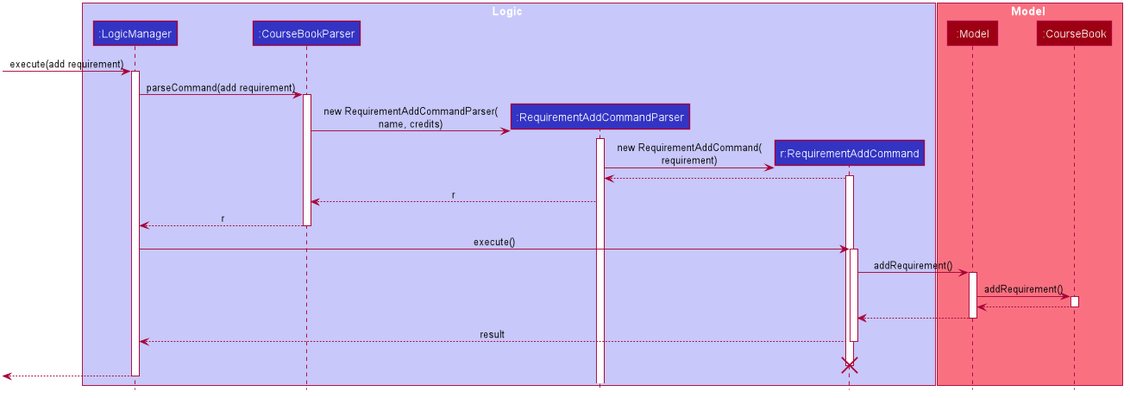
Before: docs/images/developer-guide/RequirementAddSequenceDiagram.png, a diagram exported from PlantUML (yjskrs/main).
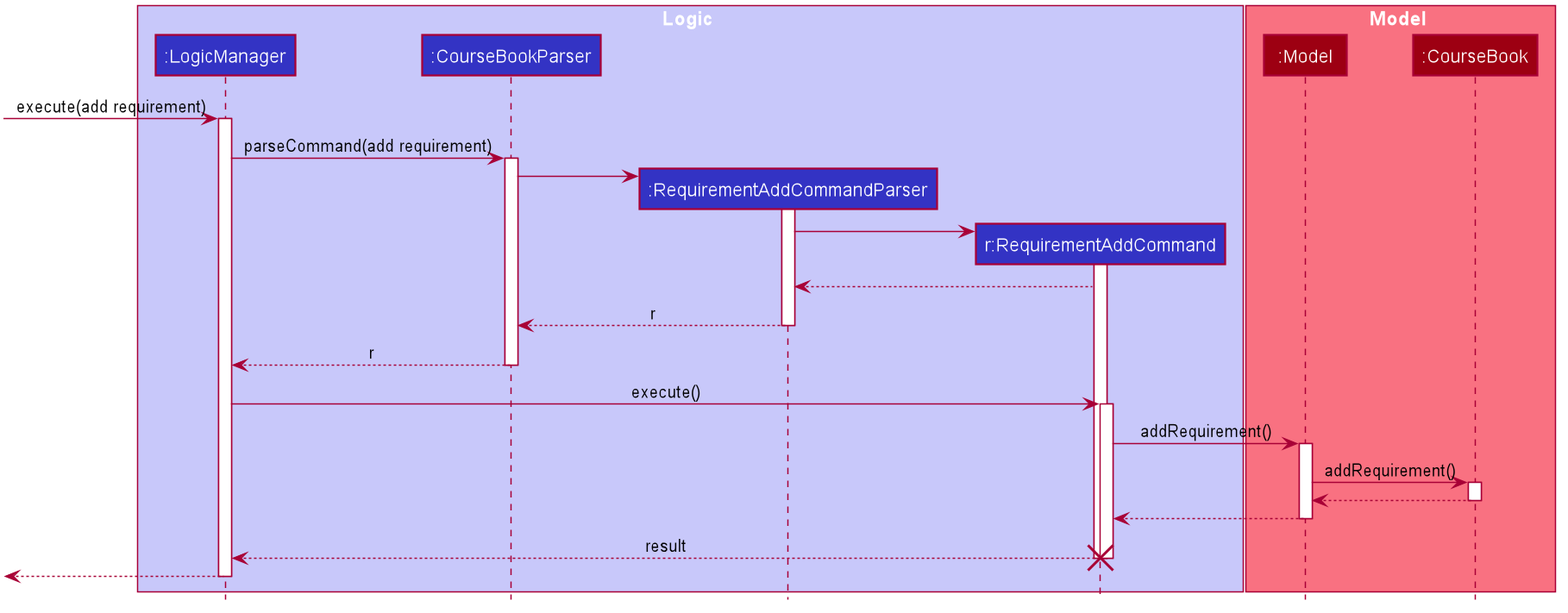
After the commit.

The edit, as a diff of the source:
```diff
@@ -1,4 +1,5 @@
 @startuml
+
 
 
 
@@ -68,15 +69,16 @@
 activate CourseBookParser
 
 create RequirementAddCommandParser
-CourseBookParser -> RequirementAddCommandParser : new RequirementAddCommandParser(\nname, credits)
+CourseBookParser -> RequirementAddCommandParser
 activate RequirementAddCommandParser
 
 create RequirementAddCommand
-RequirementAddCommandParser -> RequirementAddCommand : new RequirementAddCommand(\nrequirement)
+RequirementAddCommandParser -> RequirementAddCommand
 activate RequirementAddCommand
 
 RequirementAddCommand --> RequirementAddCommandParser
 RequirementAddCommandParser --> CourseBookParser : r
+deactivate RequirementAddCommandParser
 
 CourseBookParser --> LogicManager : r
 deactivate CourseBookParser
@@ -98,7 +100,6 @@
 
 RequirementAddCommand --> LogicManager : result
 deactivate RequirementAddCommand
-RequirementAddCommand -[hidden]-> LogicManager : result
 destroy RequirementAddCommand
 
 [<--LogicManager
```
